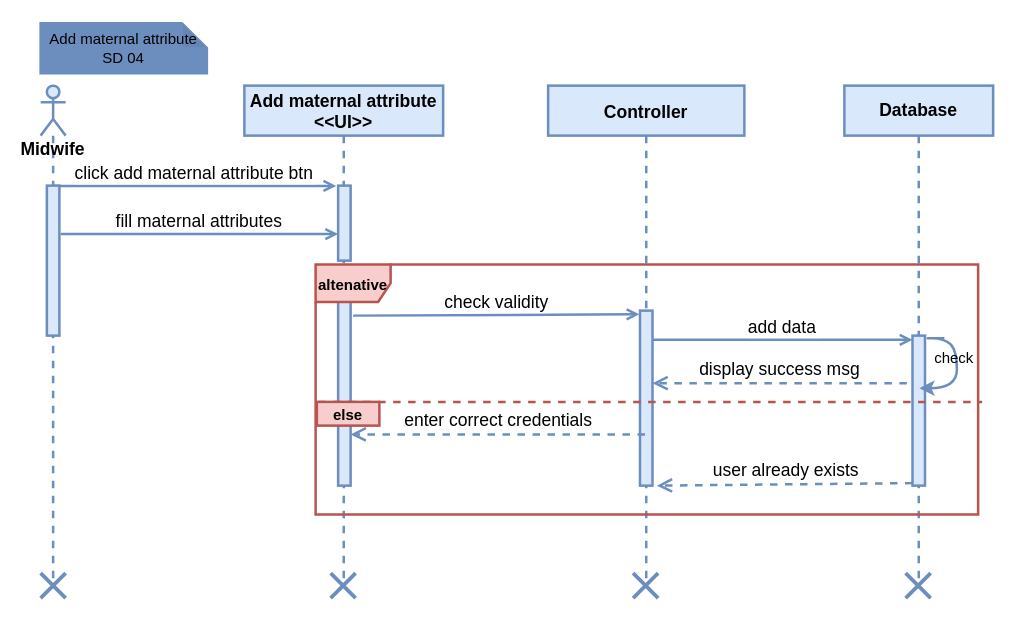
fasil712/UML_Diagram_Design keeps this draw.io diagram as page "Add maternal attribute" (5 of 6) of Sequence Diagram.drawio. Above is the earlier version. Source tidied: cells renumbered, new cells numbered last; positions are measured from the earlier drawing's top-left corner, leaving out a move shared by most shapes. Both pictures are drawn from the tidied source at 125%, with x=0, y=0 at pixel (40, 22).
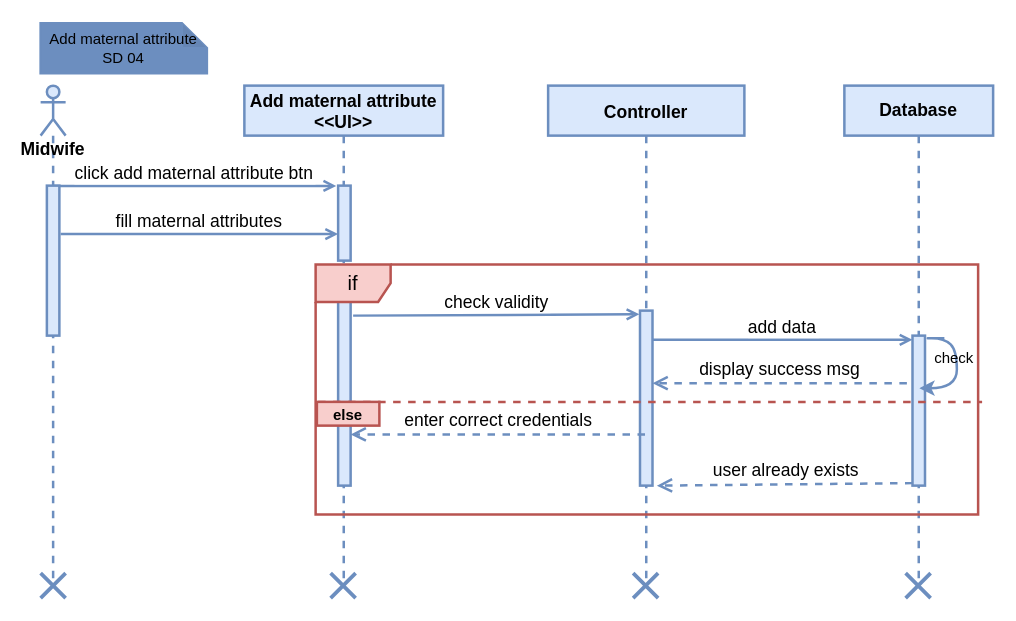
After the change.

The change refers to these unchanged cells:
```xml
<mxCell id="25" style="group;" parent="1" vertex="1">
  <mxGeometry x="220" y="193" width="530" height="200" as="geometry" />
</mxCell>
```

The edit, as a diff of the source:
```diff
@@
-    <mxCell id="26" value="&lt;b&gt;&lt;font style=&quot;font-size: 12px;&quot;&gt;altenative&lt;/font&gt;&lt;/b&gt;" style="shape=umlFrame;whiteSpace=wrap;html=1;fillColor=#f8cecc;strokeColor=#b85450;fontSize=16;strokeWidth=2;" parent="25" vertex="1">
+    <mxCell id="26" value="if" style="shape=umlFrame;whiteSpace=wrap;html=1;fillColor=#f8cecc;strokeColor=#b85450;fontSize=16;strokeWidth=2;" parent="25" vertex="1">
       <mxGeometry width="530" height="200" as="geometry" />
     </mxCell>
```
